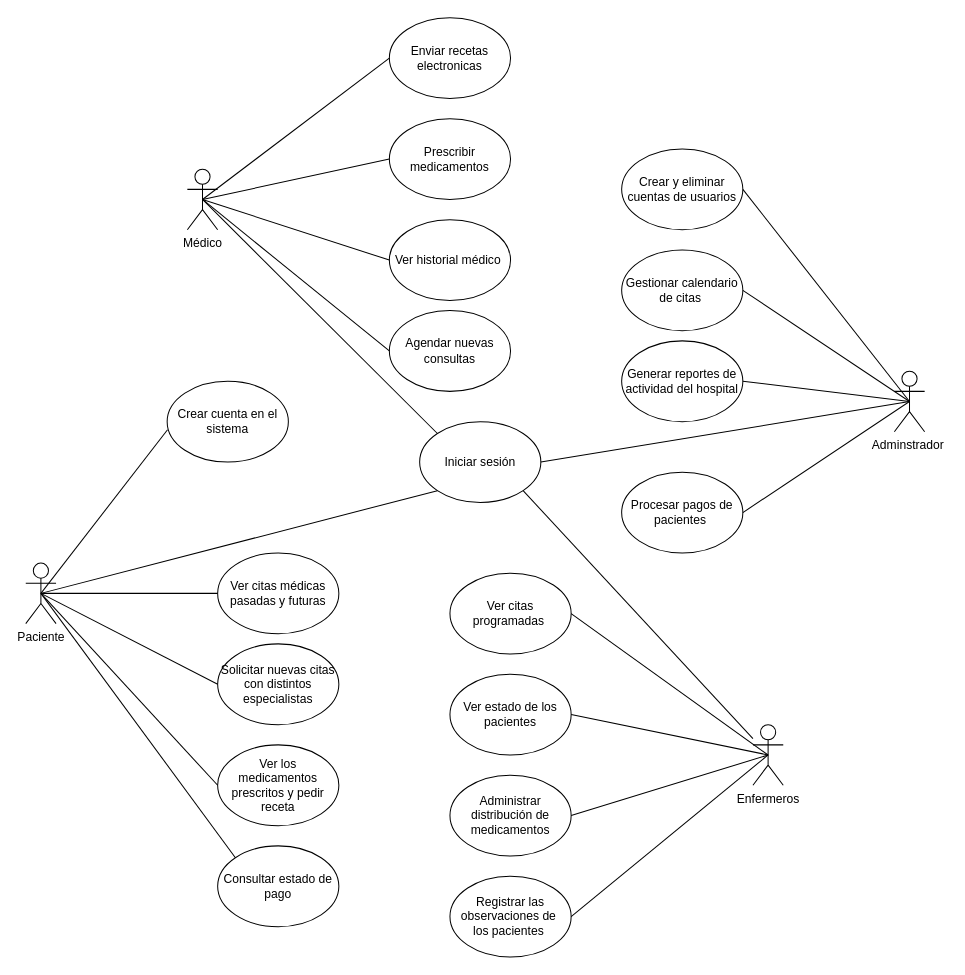
This is Caso de uso 1.drawio from Ash-code12/casos-de-uso, a draw.io file, before an edit. Source tidied: cells renumbered, new cells numbered last; positions are measured from the earlier drawing's top-left corner, leaving out a move shared by most shapes. Both pictures are drawn from the tidied source at 101%, with x=0, y=0 at pixel (25, 17).
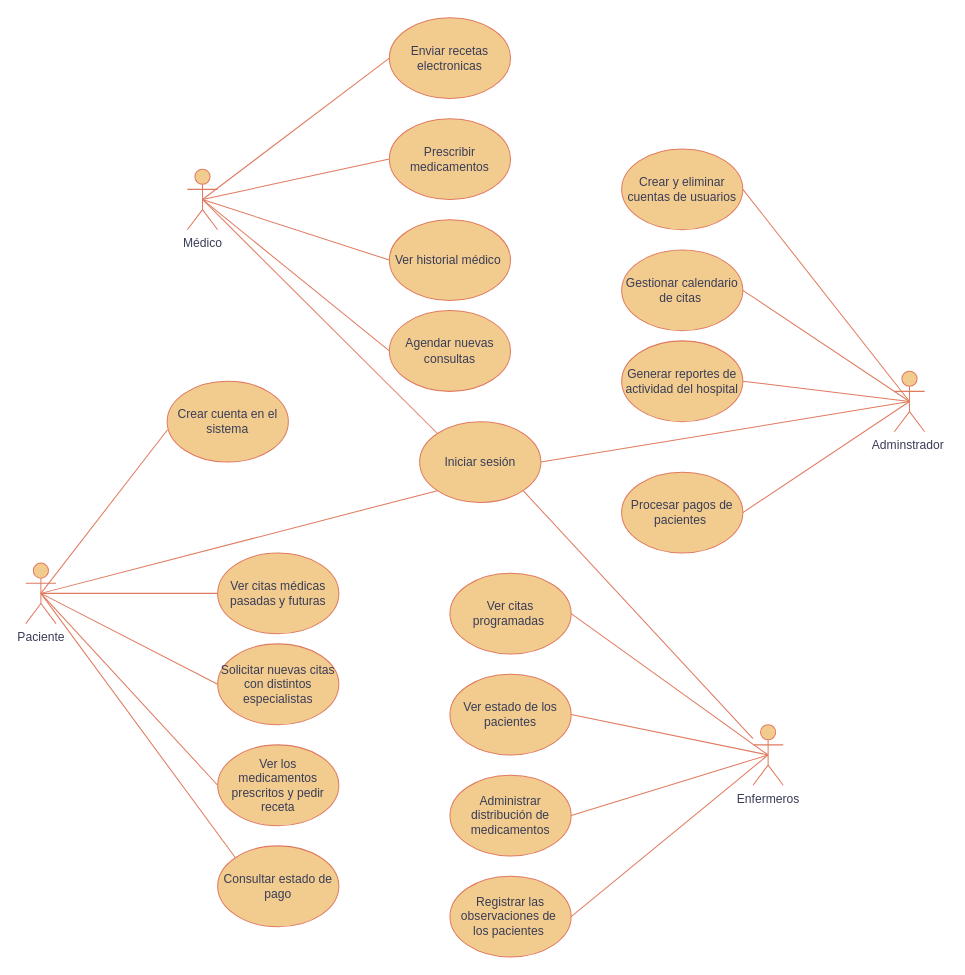
Above is the later version.

Change to the diagram source:
```diff
@@
-    <mxCell id="2" value="Paciente" style="shape=umlActor;verticalLabelPosition=bottom;verticalAlign=top;html=1;outlineConnect=0;" parent="1" vertex="1">
+    <mxCell id="2" value="Paciente" style="shape=umlActor;verticalLabelPosition=bottom;verticalAlign=top;html=1;outlineConnect=0;labelBackgroundColor=none;fillColor=#F2CC8F;strokeColor=#E07A5F;fontColor=#393C56;" parent="1" vertex="1">
       <mxGeometry y="540" width="30" height="60" as="geometry" />
     </mxCell>
-    <mxCell id="3" value="Enfermeros" style="shape=umlActor;verticalLabelPosition=bottom;verticalAlign=top;html=1;outlineConnect=0;" parent="1" vertex="1">
+    <mxCell id="3" value="Enfermeros" style="shape=umlActor;verticalLabelPosition=bottom;verticalAlign=top;html=1;outlineConnect=0;labelBackgroundColor=none;fillColor=#F2CC8F;strokeColor=#E07A5F;fontColor=#393C56;" parent="1" vertex="1">
       <mxGeometry x="720" y="700" width="30" height="60" as="geometry" />
     </mxCell>
-    <mxCell id="4" value="Médico" style="shape=umlActor;verticalLabelPosition=bottom;verticalAlign=top;html=1;outlineConnect=0;" parent="1" vertex="1">
+    <mxCell id="4" value="Médico" style="shape=umlActor;verticalLabelPosition=bottom;verticalAlign=top;html=1;outlineConnect=0;labelBackgroundColor=none;fillColor=#F2CC8F;strokeColor=#E07A5F;fontColor=#393C56;" parent="1" vertex="1">
       <mxGeometry x="160" y="150" width="30" height="60" as="geometry" />
     </mxCell>
-    <mxCell id="5" value="Crear cuenta en el sistema" style="ellipse;whiteSpace=wrap;html=1;" parent="1" vertex="1">
+    <mxCell id="5" value="Crear cuenta en el sistema" style="ellipse;whiteSpace=wrap;html=1;labelBackgroundColor=none;fillColor=#F2CC8F;strokeColor=#E07A5F;fontColor=#393C56;" parent="1" vertex="1">
       <mxGeometry x="140" y="360" width="120" height="80" as="geometry" />
     </mxCell>
-    <mxCell id="6" value="Ver citas médicas pasadas y futuras" style="ellipse;whiteSpace=wrap;html=1;" parent="1" vertex="1">
+    <mxCell id="6" value="Ver citas médicas pasadas y futuras" style="ellipse;whiteSpace=wrap;html=1;labelBackgroundColor=none;fillColor=#F2CC8F;strokeColor=#E07A5F;fontColor=#393C56;" parent="1" vertex="1">
       <mxGeometry x="190" y="530" width="120" height="80" as="geometry" />
     </mxCell>
-    <mxCell id="7" value="Solicitar nuevas citas con distintos especialistas" style="ellipse;whiteSpace=wrap;html=1;" parent="1" vertex="1">
+    <mxCell id="7" value="Solicitar nuevas citas con distintos especialistas" style="ellipse;whiteSpace=wrap;html=1;labelBackgroundColor=none;fillColor=#F2CC8F;strokeColor=#E07A5F;fontColor=#393C56;" parent="1" vertex="1">
       <mxGeometry x="190" y="620" width="120" height="80" as="geometry" />
     </mxCell>
-    <mxCell id="8" value="Ver los medicamentos prescritos y pedir receta" style="ellipse;whiteSpace=wrap;html=1;" parent="1" vertex="1">
+    <mxCell id="8" value="Ver los medicamentos prescritos y pedir receta" style="ellipse;whiteSpace=wrap;html=1;labelBackgroundColor=none;fillColor=#F2CC8F;strokeColor=#E07A5F;fontColor=#393C56;" parent="1" vertex="1">
       <mxGeometry x="190" y="720" width="120" height="80" as="geometry" />
     </mxCell>
-    <mxCell id="9" value="Consultar estado de pago" style="ellipse;whiteSpace=wrap;html=1;" parent="1" vertex="1">
+    <mxCell id="9" value="Consultar estado de pago" style="ellipse;whiteSpace=wrap;html=1;labelBackgroundColor=none;fillColor=#F2CC8F;strokeColor=#E07A5F;fontColor=#393C56;" parent="1" vertex="1">
       <mxGeometry x="190" y="820" width="120" height="80" as="geometry" />
     </mxCell>
-    <mxCell id="10" value="Iniciar sesión" style="ellipse;whiteSpace=wrap;html=1;" parent="1" vertex="1">
+    <mxCell id="10" value="Iniciar sesión" style="ellipse;whiteSpace=wrap;html=1;labelBackgroundColor=none;fillColor=#F2CC8F;strokeColor=#E07A5F;fontColor=#393C56;" parent="1" vertex="1">
       <mxGeometry x="390" y="400" width="120" height="80" as="geometry" />
     </mxCell>
-    <mxCell id="11" value="Agendar nuevas consultas" style="ellipse;whiteSpace=wrap;html=1;" parent="1" vertex="1">
+    <mxCell id="11" value="Agendar nuevas consultas" style="ellipse;whiteSpace=wrap;html=1;labelBackgroundColor=none;fillColor=#F2CC8F;strokeColor=#E07A5F;fontColor=#393C56;" parent="1" vertex="1">
       <mxGeometry x="360" y="290" width="120" height="80" as="geometry" />
     </mxCell>
-    <mxCell id="12" value="Ver historial médico&amp;nbsp;" style="ellipse;whiteSpace=wrap;html=1;" parent="1" vertex="1">
+    <mxCell id="12" value="Ver historial médico&amp;nbsp;" style="ellipse;whiteSpace=wrap;html=1;labelBackgroundColor=none;fillColor=#F2CC8F;strokeColor=#E07A5F;fontColor=#393C56;" parent="1" vertex="1">
       <mxGeometry x="360" y="200" width="120" height="80" as="geometry" />
     </mxCell>
-    <mxCell id="13" value="Prescribir medicamentos" style="ellipse;whiteSpace=wrap;html=1;" parent="1" vertex="1">
+    <mxCell id="13" value="Prescribir medicamentos" style="ellipse;whiteSpace=wrap;html=1;labelBackgroundColor=none;fillColor=#F2CC8F;strokeColor=#E07A5F;fontColor=#393C56;" parent="1" vertex="1">
       <mxGeometry x="360" y="100" width="120" height="80" as="geometry" />
     </mxCell>
-    <mxCell id="14" value="Enviar recetas electronicas" style="ellipse;whiteSpace=wrap;html=1;" parent="1" vertex="1">
+    <mxCell id="14" value="Enviar recetas electronicas" style="ellipse;whiteSpace=wrap;html=1;labelBackgroundColor=none;fillColor=#F2CC8F;strokeColor=#E07A5F;fontColor=#393C56;" parent="1" vertex="1">
       <mxGeometry x="360" width="120" height="80" as="geometry" />
     </mxCell>
-    <mxCell id="15" value="Ver citas programadas&amp;nbsp;" style="ellipse;whiteSpace=wrap;html=1;" parent="1" vertex="1">
+    <mxCell id="15" value="Ver citas programadas&amp;nbsp;" style="ellipse;whiteSpace=wrap;html=1;labelBackgroundColor=none;fillColor=#F2CC8F;strokeColor=#E07A5F;fontColor=#393C56;" parent="1" vertex="1">
       <mxGeometry x="420" y="550" width="120" height="80" as="geometry" />
     </mxCell>
-    <mxCell id="16" value="Ver estado de los pacientes" style="ellipse;whiteSpace=wrap;html=1;" parent="1" vertex="1">
+    <mxCell id="16" value="Ver estado de los pacientes" style="ellipse;whiteSpace=wrap;html=1;labelBackgroundColor=none;fillColor=#F2CC8F;strokeColor=#E07A5F;fontColor=#393C56;" parent="1" vertex="1">
       <mxGeometry x="420" y="650" width="120" height="80" as="geometry" />
     </mxCell>
-    <mxCell id="17" value="Administrar distribución de medicamentos" style="ellipse;whiteSpace=wrap;html=1;" parent="1" vertex="1">
+    <mxCell id="17" value="Administrar distribución de medicamentos" style="ellipse;whiteSpace=wrap;html=1;labelBackgroundColor=none;fillColor=#F2CC8F;strokeColor=#E07A5F;fontColor=#393C56;" parent="1" vertex="1">
       <mxGeometry x="420" y="750" width="120" height="80" as="geometry" />
     </mxCell>
-    <mxCell id="18" value="Registrar las observaciones de&amp;nbsp;&lt;div&gt;los pacientes&amp;nbsp;&lt;/div&gt;" style="ellipse;whiteSpace=wrap;html=1;" parent="1" vertex="1">
+    <mxCell id="18" value="Registrar las observaciones de&amp;nbsp;&lt;div&gt;los pacientes&amp;nbsp;&lt;/div&gt;" style="ellipse;whiteSpace=wrap;html=1;labelBackgroundColor=none;fillColor=#F2CC8F;strokeColor=#E07A5F;fontColor=#393C56;" parent="1" vertex="1">
       <mxGeometry x="420" y="850" width="120" height="80" as="geometry" />
     </mxCell>
-    <mxCell id="19" value="Adminstrador&amp;nbsp;" style="shape=umlActor;verticalLabelPosition=bottom;verticalAlign=top;html=1;outlineConnect=0;" parent="1" vertex="1">
+    <mxCell id="19" value="Adminstrador&amp;nbsp;" style="shape=umlActor;verticalLabelPosition=bottom;verticalAlign=top;html=1;outlineConnect=0;labelBackgroundColor=none;fillColor=#F2CC8F;strokeColor=#E07A5F;fontColor=#393C56;" parent="1" vertex="1">
       <mxGeometry x="860" y="350" width="30" height="60" as="geometry" />
     </mxCell>
-    <mxCell id="20" value="Crear y eliminar cuentas de usuarios" style="ellipse;whiteSpace=wrap;html=1;" parent="1" vertex="1">
+    <mxCell id="20" value="Crear y eliminar cuentas de usuarios" style="ellipse;whiteSpace=wrap;html=1;labelBackgroundColor=none;fillColor=#F2CC8F;strokeColor=#E07A5F;fontColor=#393C56;" parent="1" vertex="1">
       <mxGeometry x="590" y="130" width="120" height="80" as="geometry" />
     </mxCell>
-    <mxCell id="21" value="Gestionar calendario de citas&amp;nbsp;" style="ellipse;whiteSpace=wrap;html=1;" parent="1" vertex="1">
+    <mxCell id="21" value="Gestionar calendario de citas&amp;nbsp;" style="ellipse;whiteSpace=wrap;html=1;labelBackgroundColor=none;fillColor=#F2CC8F;strokeColor=#E07A5F;fontColor=#393C56;" parent="1" vertex="1">
       <mxGeometry x="590" y="230" width="120" height="80" as="geometry" />
     </mxCell>
-    <mxCell id="22" value="Generar reportes de actividad del hospital" style="ellipse;whiteSpace=wrap;html=1;" parent="1" vertex="1">
+    <mxCell id="22" value="Generar reportes de actividad del hospital" style="ellipse;whiteSpace=wrap;html=1;labelBackgroundColor=none;fillColor=#F2CC8F;strokeColor=#E07A5F;fontColor=#393C56;" parent="1" vertex="1">
       <mxGeometry x="590" y="320" width="120" height="80" as="geometry" />
     </mxCell>
-    <mxCell id="23" value="Procesar pagos de pacientes&amp;nbsp;" style="ellipse;whiteSpace=wrap;html=1;" parent="1" vertex="1">
+    <mxCell id="23" value="Procesar pagos de pacientes&amp;nbsp;" style="ellipse;whiteSpace=wrap;html=1;labelBackgroundColor=none;fillColor=#F2CC8F;strokeColor=#E07A5F;fontColor=#393C56;" parent="1" vertex="1">
       <mxGeometry x="590" y="450" width="120" height="80" as="geometry" />
     </mxCell>
-    <mxCell id="24" style="endArrow=none;html=1;rounded=0;exitX=0.5;exitY=0.5;exitDx=0;exitDy=0;exitPerimeter=0;entryX=0.003;entryY=0.6;entryDx=0;entryDy=0;entryPerimeter=0;" parent="1" edge="1" source="2" target="5">
+    <mxCell id="24" style="endArrow=none;html=1;rounded=0;exitX=0.5;exitY=0.5;exitDx=0;exitDy=0;exitPerimeter=0;entryX=0.003;entryY=0.6;entryDx=0;entryDy=0;entryPerimeter=0;labelBackgroundColor=none;strokeColor=#E07A5F;fontColor=default;" parent="1" edge="1" source="2" target="5">
       <mxGeometry relative="1" as="geometry" />
     </mxCell>
-    <mxCell id="25" style="endArrow=none;html=1;rounded=0;exitX=0.5;exitY=0.5;exitDx=0;exitDy=0;exitPerimeter=0;entryX=0;entryY=0.5;entryDx=0;entryDy=0;" parent="1" edge="1" source="2" target="6">
+    <mxCell id="25" style="endArrow=none;html=1;rounded=0;exitX=0.5;exitY=0.5;exitDx=0;exitDy=0;exitPerimeter=0;entryX=0;entryY=0.5;entryDx=0;entryDy=0;labelBackgroundColor=none;strokeColor=#E07A5F;fontColor=default;" parent="1" edge="1" source="2" target="6">
       <mxGeometry relative="1" as="geometry" />
     </mxCell>
-    <mxCell id="26" style="endArrow=none;html=1;rounded=0;entryX=0;entryY=0.5;entryDx=0;entryDy=0;exitX=0.5;exitY=0.5;exitDx=0;exitDy=0;exitPerimeter=0;" parent="1" edge="1" source="2" target="7">
+    <mxCell id="26" style="endArrow=none;html=1;rounded=0;entryX=0;entryY=0.5;entryDx=0;entryDy=0;exitX=0.5;exitY=0.5;exitDx=0;exitDy=0;exitPerimeter=0;labelBackgroundColor=none;strokeColor=#E07A5F;fontColor=default;" parent="1" edge="1" source="2" target="7">
       <mxGeometry relative="1" as="geometry" />
     </mxCell>
-    <mxCell id="27" style="endArrow=none;html=1;rounded=0;entryX=0;entryY=0.5;entryDx=0;entryDy=0;exitX=0.5;exitY=0.5;exitDx=0;exitDy=0;exitPerimeter=0;" parent="1" edge="1" source="2" target="8">
+    <mxCell id="27" style="endArrow=none;html=1;rounded=0;entryX=0;entryY=0.5;entryDx=0;entryDy=0;exitX=0.5;exitY=0.5;exitDx=0;exitDy=0;exitPerimeter=0;labelBackgroundColor=none;strokeColor=#E07A5F;fontColor=default;" parent="1" edge="1" source="2" target="8">
       <mxGeometry relative="1" as="geometry" />
     </mxCell>
-    <mxCell id="28" style="endArrow=none;html=1;rounded=0;exitX=0;exitY=0;exitDx=0;exitDy=0;entryX=0.5;entryY=0.5;entryDx=0;entryDy=0;entryPerimeter=0;" parent="1" edge="1" source="9" target="2">
+    <mxCell id="28" style="endArrow=none;html=1;rounded=0;exitX=0;exitY=0;exitDx=0;exitDy=0;entryX=0.5;entryY=0.5;entryDx=0;entryDy=0;entryPerimeter=0;labelBackgroundColor=none;strokeColor=#E07A5F;fontColor=default;" parent="1" edge="1" source="9" target="2">
       <mxGeometry relative="1" as="geometry" />
     </mxCell>
-    <mxCell id="29" style="endArrow=none;html=1;rounded=0;entryX=0.5;entryY=0.5;entryDx=0;entryDy=0;entryPerimeter=0;exitX=1;exitY=0.5;exitDx=0;exitDy=0;" parent="1" edge="1" source="15" target="3">
+    <mxCell id="29" style="endArrow=none;html=1;rounded=0;entryX=0.5;entryY=0.5;entryDx=0;entryDy=0;entryPerimeter=0;exitX=1;exitY=0.5;exitDx=0;exitDy=0;labelBackgroundColor=none;strokeColor=#E07A5F;fontColor=default;" parent="1" edge="1" source="15" target="3">
       <mxGeometry relative="1" as="geometry" />
     </mxCell>
-    <mxCell id="30" style="endArrow=none;html=1;rounded=0;entryX=0.5;entryY=0.5;entryDx=0;entryDy=0;entryPerimeter=0;exitX=1;exitY=0.5;exitDx=0;exitDy=0;" parent="1" edge="1" source="16" target="3">
+    <mxCell id="30" style="endArrow=none;html=1;rounded=0;entryX=0.5;entryY=0.5;entryDx=0;entryDy=0;entryPerimeter=0;exitX=1;exitY=0.5;exitDx=0;exitDy=0;labelBackgroundColor=none;strokeColor=#E07A5F;fontColor=default;" parent="1" edge="1" source="16" target="3">
       <mxGeometry relative="1" as="geometry" />
     </mxCell>
-    <mxCell id="31" style="endArrow=none;html=1;rounded=0;entryX=0.5;entryY=0.5;entryDx=0;entryDy=0;entryPerimeter=0;exitX=1;exitY=0.5;exitDx=0;exitDy=0;" parent="1" edge="1" source="17" target="3">
+    <mxCell id="31" style="endArrow=none;html=1;rounded=0;entryX=0.5;entryY=0.5;entryDx=0;entryDy=0;entryPerimeter=0;exitX=1;exitY=0.5;exitDx=0;exitDy=0;labelBackgroundColor=none;strokeColor=#E07A5F;fontColor=default;" parent="1" edge="1" source="17" target="3">
       <mxGeometry relative="1" as="geometry" />
     </mxCell>
-    <mxCell id="32" style="endArrow=none;html=1;rounded=0;entryX=0.5;entryY=0.5;entryDx=0;entryDy=0;entryPerimeter=0;exitX=1;exitY=0.5;exitDx=0;exitDy=0;" parent="1" edge="1" source="18" target="3">
+    <mxCell id="32" style="endArrow=none;html=1;rounded=0;entryX=0.5;entryY=0.5;entryDx=0;entryDy=0;entryPerimeter=0;exitX=1;exitY=0.5;exitDx=0;exitDy=0;labelBackgroundColor=none;strokeColor=#E07A5F;fontColor=default;" parent="1" edge="1" source="18" target="3">
       <mxGeometry relative="1" as="geometry" />
     </mxCell>
-    <mxCell id="33" style="endArrow=none;html=1;rounded=0;entryX=1;entryY=0.5;entryDx=0;entryDy=0;exitX=0.5;exitY=0.5;exitDx=0;exitDy=0;exitPerimeter=0;" parent="1" edge="1" source="19" target="20">
+    <mxCell id="33" style="endArrow=none;html=1;rounded=0;entryX=1;entryY=0.5;entryDx=0;entryDy=0;exitX=0.5;exitY=0.5;exitDx=0;exitDy=0;exitPerimeter=0;labelBackgroundColor=none;strokeColor=#E07A5F;fontColor=default;" parent="1" edge="1" source="19" target="20">
       <mxGeometry relative="1" as="geometry" />
     </mxCell>
-    <mxCell id="34" style="endArrow=none;html=1;rounded=0;entryX=0.5;entryY=0.5;entryDx=0;entryDy=0;entryPerimeter=0;exitX=1;exitY=0.5;exitDx=0;exitDy=0;" parent="1" edge="1" source="21" target="19">
+    <mxCell id="34" style="endArrow=none;html=1;rounded=0;entryX=0.5;entryY=0.5;entryDx=0;entryDy=0;entryPerimeter=0;exitX=1;exitY=0.5;exitDx=0;exitDy=0;labelBackgroundColor=none;strokeColor=#E07A5F;fontColor=default;" parent="1" edge="1" source="21" target="19">
       <mxGeometry relative="1" as="geometry" />
     </mxCell>
-    <mxCell id="35" style="endArrow=none;html=1;rounded=0;entryX=0.5;entryY=0.5;entryDx=0;entryDy=0;entryPerimeter=0;exitX=1;exitY=0.5;exitDx=0;exitDy=0;" parent="1" edge="1" source="22" target="19">
+    <mxCell id="35" style="endArrow=none;html=1;rounded=0;entryX=0.5;entryY=0.5;entryDx=0;entryDy=0;entryPerimeter=0;exitX=1;exitY=0.5;exitDx=0;exitDy=0;labelBackgroundColor=none;strokeColor=#E07A5F;fontColor=default;" parent="1" edge="1" source="22" target="19">
       <mxGeometry relative="1" as="geometry" />
     </mxCell>
-    <mxCell id="36" style="endArrow=none;html=1;rounded=0;entryX=0.5;entryY=0.5;entryDx=0;entryDy=0;entryPerimeter=0;exitX=1;exitY=0.5;exitDx=0;exitDy=0;" parent="1" edge="1" source="23" target="19">
+    <mxCell id="36" style="endArrow=none;html=1;rounded=0;entryX=0.5;entryY=0.5;entryDx=0;entryDy=0;entryPerimeter=0;exitX=1;exitY=0.5;exitDx=0;exitDy=0;labelBackgroundColor=none;strokeColor=#E07A5F;fontColor=default;" parent="1" edge="1" source="23" target="19">
       <mxGeometry relative="1" as="geometry" />
     </mxCell>
-    <mxCell id="37" style="endArrow=none;html=1;rounded=0;entryX=0;entryY=0.5;entryDx=0;entryDy=0;exitX=0.5;exitY=0.5;exitDx=0;exitDy=0;exitPerimeter=0;" parent="1" edge="1" source="4" target="14">
+    <mxCell id="37" style="endArrow=none;html=1;rounded=0;entryX=0;entryY=0.5;entryDx=0;entryDy=0;exitX=0.5;exitY=0.5;exitDx=0;exitDy=0;exitPerimeter=0;labelBackgroundColor=none;strokeColor=#E07A5F;fontColor=default;" parent="1" edge="1" source="4" target="14">
       <mxGeometry relative="1" as="geometry" />
     </mxCell>
-    <mxCell id="38" style="endArrow=none;html=1;rounded=0;entryX=0;entryY=0.5;entryDx=0;entryDy=0;exitX=0.5;exitY=0.5;exitDx=0;exitDy=0;exitPerimeter=0;" parent="1" edge="1" source="4" target="13">
+    <mxCell id="38" style="endArrow=none;html=1;rounded=0;entryX=0;entryY=0.5;entryDx=0;entryDy=0;exitX=0.5;exitY=0.5;exitDx=0;exitDy=0;exitPerimeter=0;labelBackgroundColor=none;strokeColor=#E07A5F;fontColor=default;" parent="1" edge="1" source="4" target="13">
       <mxGeometry relative="1" as="geometry" />
     </mxCell>
-    <mxCell id="39" style="endArrow=none;html=1;rounded=0;entryX=0;entryY=0.5;entryDx=0;entryDy=0;exitX=0.5;exitY=0.5;exitDx=0;exitDy=0;exitPerimeter=0;" parent="1" edge="1" source="4" target="12">
+    <mxCell id="39" style="endArrow=none;html=1;rounded=0;entryX=0;entryY=0.5;entryDx=0;entryDy=0;exitX=0.5;exitY=0.5;exitDx=0;exitDy=0;exitPerimeter=0;labelBackgroundColor=none;strokeColor=#E07A5F;fontColor=default;" parent="1" edge="1" source="4" target="12">
       <mxGeometry relative="1" as="geometry" />
     </mxCell>
-    <mxCell id="40" style="endArrow=none;html=1;rounded=0;exitX=0.5;exitY=0.5;exitDx=0;exitDy=0;exitPerimeter=0;entryX=0;entryY=0.5;entryDx=0;entryDy=0;" parent="1" edge="1" source="4" target="11">
+    <mxCell id="40" style="endArrow=none;html=1;rounded=0;exitX=0.5;exitY=0.5;exitDx=0;exitDy=0;exitPerimeter=0;entryX=0;entryY=0.5;entryDx=0;entryDy=0;labelBackgroundColor=none;strokeColor=#E07A5F;fontColor=default;" parent="1" edge="1" source="4" target="11">
       <mxGeometry relative="1" as="geometry" />
     </mxCell>
-    <mxCell id="41" style="endArrow=none;html=1;rounded=0;entryX=0.5;entryY=0.5;entryDx=0;entryDy=0;entryPerimeter=0;exitX=0;exitY=0;exitDx=0;exitDy=0;" parent="1" edge="1" source="10" target="4">
+    <mxCell id="41" style="endArrow=none;html=1;rounded=0;entryX=0.5;entryY=0.5;entryDx=0;entryDy=0;entryPerimeter=0;exitX=0;exitY=0;exitDx=0;exitDy=0;labelBackgroundColor=none;strokeColor=#E07A5F;fontColor=default;" parent="1" edge="1" source="10" target="4">
       <mxGeometry relative="1" as="geometry" />
     </mxCell>
-    <mxCell id="42" style="endArrow=none;html=1;rounded=0;entryX=0;entryY=1;entryDx=0;entryDy=0;exitX=0.5;exitY=0.5;exitDx=0;exitDy=0;exitPerimeter=0;" parent="1" edge="1" source="2" target="10">
+    <mxCell id="42" style="endArrow=none;html=1;rounded=0;entryX=0;entryY=1;entryDx=0;entryDy=0;exitX=0.5;exitY=0.5;exitDx=0;exitDy=0;exitPerimeter=0;labelBackgroundColor=none;strokeColor=#E07A5F;fontColor=default;" parent="1" edge="1" source="2" target="10">
       <mxGeometry relative="1" as="geometry" />
     </mxCell>
-    <mxCell id="43" style="endArrow=none;html=1;rounded=0;entryX=1;entryY=1;entryDx=0;entryDy=0;" parent="1" edge="1" source="3" target="10">
+    <mxCell id="43" style="endArrow=none;html=1;rounded=0;entryX=1;entryY=1;entryDx=0;entryDy=0;labelBackgroundColor=none;strokeColor=#E07A5F;fontColor=default;" parent="1" edge="1" source="3" target="10">
       <mxGeometry relative="1" as="geometry" />
     </mxCell>
-    <mxCell id="44" style="endArrow=none;html=1;rounded=0;entryX=0.5;entryY=0.5;entryDx=0;entryDy=0;entryPerimeter=0;exitX=1;exitY=0.5;exitDx=0;exitDy=0;" parent="1" edge="1" source="10" target="19">
+    <mxCell id="44" style="endArrow=none;html=1;rounded=0;entryX=0.5;entryY=0.5;entryDx=0;entryDy=0;entryPerimeter=0;exitX=1;exitY=0.5;exitDx=0;exitDy=0;labelBackgroundColor=none;strokeColor=#E07A5F;fontColor=default;" parent="1" edge="1" source="10" target="19">
       <mxGeometry relative="1" as="geometry" />
     </mxCell>
```
